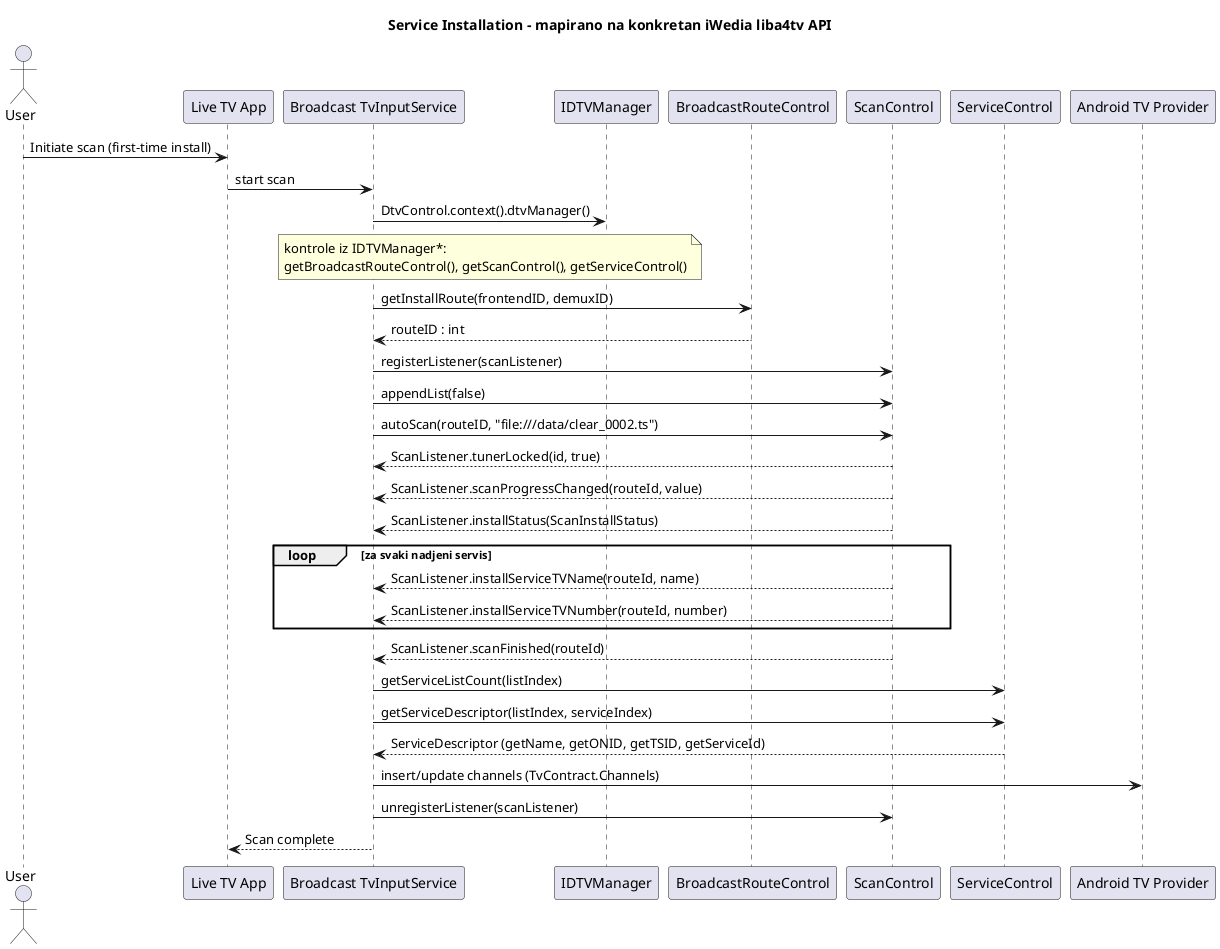
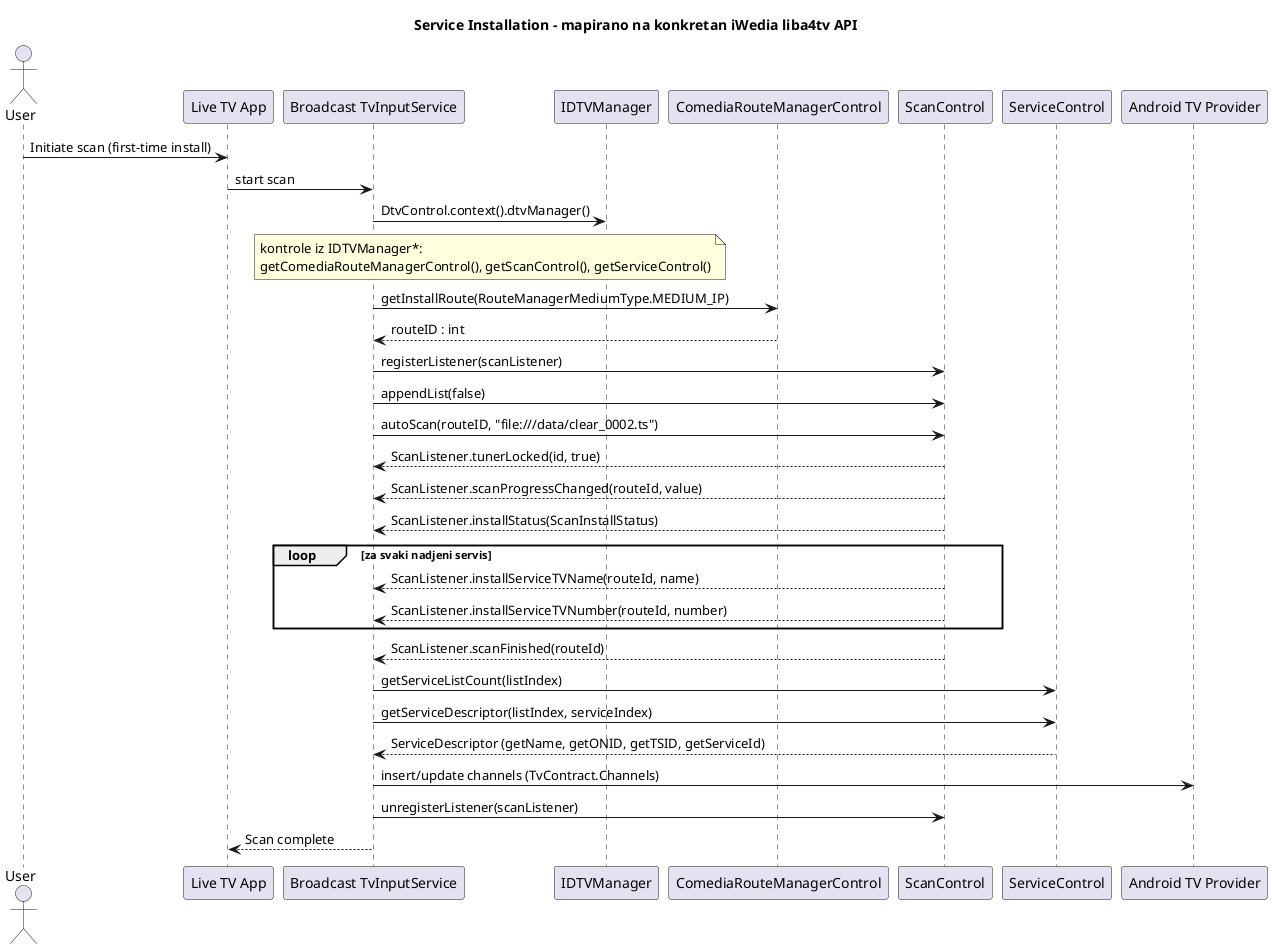
@startuml sequence_service_installation_liba4tv
title Service Installation - mapirano na konkretan iWedia liba4tv API
' * akcesori getXxxControl() su na IDTVManager (interfejs nije zaseban u ovom javadoc subset-u) - potvrditi.
' TIS implementira ScanListener; callback-ovi su isprekidane strelice ka TIS.

actor User
participant "Live TV App" as App
participant "Broadcast TvInputService" as TIS
participant "IDTVManager" as MGR
- participant "BroadcastRouteControl" as ROUTE
+ participant "ComediaRouteManagerControl" as ROUTE
participant "ScanControl" as SCAN
participant "ServiceControl" as SVC
participant "Android TV Provider" as TVP

User -> App : Initiate scan (first-time install)
App -> TIS : start scan
TIS -> MGR : DtvControl.context().dtvManager()
- note over TIS,MGR : kontrole iz IDTVManager*:\ngetBroadcastRouteControl(), getScanControl(), getServiceControl()
- TIS -> ROUTE : getInstallRoute(frontendID, demuxID)
+ note over TIS,MGR : kontrole iz IDTVManager*:\ngetComediaRouteManagerControl(), getScanControl(), getServiceControl()
+ TIS -> ROUTE : getInstallRoute(RouteManagerMediumType.MEDIUM_IP)
ROUTE --> TIS : routeID : int
TIS -> SCAN : registerListener(scanListener)
TIS -> SCAN : appendList(false)
TIS -> SCAN : autoScan(routeID, "file:///data/clear_0002.ts")

SCAN --> TIS : ScanListener.tunerLocked(id, true)
SCAN --> TIS : ScanListener.scanProgressChanged(routeId, value)
SCAN --> TIS : ScanListener.installStatus(ScanInstallStatus)
loop za svaki nadjeni servis
  SCAN --> TIS : ScanListener.installServiceTVName(routeId, name)
  SCAN --> TIS : ScanListener.installServiceTVNumber(routeId, number)
end
SCAN --> TIS : ScanListener.scanFinished(routeId)

TIS -> SVC : getServiceListCount(listIndex)
TIS -> SVC : getServiceDescriptor(listIndex, serviceIndex)
SVC --> TIS : ServiceDescriptor (getName, getONID, getTSID, getServiceId)
TIS -> TVP : insert/update channels (TvContract.Channels)
TIS -> SCAN : unregisterListener(scanListener)
TIS --> App : Scan complete
@enduml
